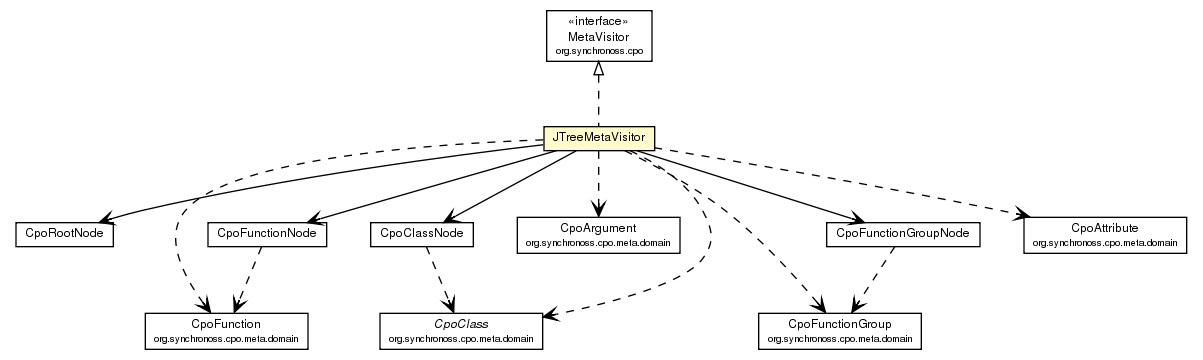
The Graphviz diagram site/apidocs/org/synchronoss/cpo/util/JTreeMetaVisitor.png in synchronoss/cpo-util, before a commit. Its source is kept beside it as site/apidocs/org/synchronoss/cpo/util/JTreeMetaVisitor.dot.
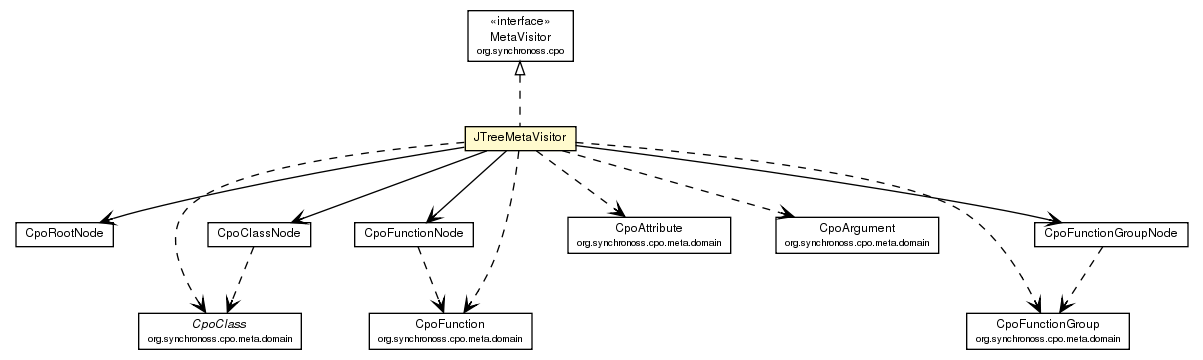
Above is the later version.

Change to the diagram source:
```diff
@@ -35,36 +35,36 @@
 	c1707:p -> c1765:p [taillabel="", label="", headlabel="", fontname="Helvetica", fontcolor="black", fontsize=10.0, color="black", arrowhead=open, style=dashed];
 	c1707:p -> c1766:p [taillabel="", label="", headlabel="", fontname="Helvetica", fontcolor="black", fontsize=10.0, color="black", arrowhead=open, style=dashed];
 	c1707:p -> c1767:p [taillabel="", label="", headlabel="", fontname="Helvetica", fontcolor="black", fontsize=10.0, color="black", arrowhead=open, style=dashed];
-	c1707:p -> c1769:p [taillabel="", label="", headlabel="", fontname="Helvetica", fontcolor="black", fontsize=10.0, color="black", arrowhead=open, style=dashed];
+	c1707:p -> c1768:p [taillabel="", label="", headlabel="", fontname="Helvetica", fontcolor="black", fontsize=10.0, color="black", arrowhead=open, style=dashed];
 	c1707:p -> c1770:p [taillabel="", label="", headlabel="", fontname="Helvetica", fontcolor="black", fontsize=10.0, color="black", arrowhead=open, style=dashed];
-	c1721:p -> c1766:p [taillabel="", label="", headlabel="", fontname="Helvetica", fontcolor="black", fontsize=10.0, color="black", arrowhead=open, style=dashed];
-	c1723:p -> c1767:p [taillabel="", label="", headlabel="", fontname="Helvetica", fontcolor="black", fontsize=10.0, color="black", arrowhead=open, style=dashed];
-	c1728:p -> c1769:p [taillabel="", label="", headlabel="", fontname="Helvetica", fontcolor="black", fontsize=10.0, color="black", arrowhead=open, style=dashed];
-	c1767 [label=<<table border="0" cellborder="1" cellspacing="0" cellpadding="2" port="p" href="http://java.sun.com/j2se/1.4.2/docs/api/org/synchronoss/cpo/meta/domain/CpoClass.html">
+	c1721:p -> c1768:p [taillabel="", label="", headlabel="", fontname="Helvetica", fontcolor="black", fontsize=10.0, color="black", arrowhead=open, style=dashed];
+	c1723:p -> c1765:p [taillabel="", label="", headlabel="", fontname="Helvetica", fontcolor="black", fontsize=10.0, color="black", arrowhead=open, style=dashed];
+	c1728:p -> c1770:p [taillabel="", label="", headlabel="", fontname="Helvetica", fontcolor="black", fontsize=10.0, color="black", arrowhead=open, style=dashed];
+	c1765 [label=<<table border="0" cellborder="1" cellspacing="0" cellpadding="2" port="p" href="http://java.sun.com/j2se/1.4.2/docs/api/org/synchronoss/cpo/meta/domain/CpoClass.html">
 		<tr><td><table border="0" cellspacing="0" cellpadding="1">
 			<tr><td><font face="Helvetica-Oblique"> CpoClass </font></td></tr>
 			<tr><td><font point-size="7.0"> org.synchronoss.cpo.meta.domain </font></td></tr>
 		</table></td></tr>
 		</table>>, fontname="Helvetica", fontcolor="black", fontsize=9.0];
-	c1765 [label=<<table border="0" cellborder="1" cellspacing="0" cellpadding="2" port="p" href="http://java.sun.com/j2se/1.4.2/docs/api/org/synchronoss/cpo/meta/domain/CpoArgument.html">
+	c1767 [label=<<table border="0" cellborder="1" cellspacing="0" cellpadding="2" port="p" href="http://java.sun.com/j2se/1.4.2/docs/api/org/synchronoss/cpo/meta/domain/CpoArgument.html">
 		<tr><td><table border="0" cellspacing="0" cellpadding="1">
 			<tr><td> CpoArgument </td></tr>
 			<tr><td><font point-size="7.0"> org.synchronoss.cpo.meta.domain </font></td></tr>
 		</table></td></tr>
 		</table>>, fontname="Helvetica", fontcolor="black", fontsize=9.0];
-	c1770 [label=<<table border="0" cellborder="1" cellspacing="0" cellpadding="2" port="p" href="http://java.sun.com/j2se/1.4.2/docs/api/org/synchronoss/cpo/meta/domain/CpoAttribute.html">
+	c1766 [label=<<table border="0" cellborder="1" cellspacing="0" cellpadding="2" port="p" href="http://java.sun.com/j2se/1.4.2/docs/api/org/synchronoss/cpo/meta/domain/CpoAttribute.html">
 		<tr><td><table border="0" cellspacing="0" cellpadding="1">
 			<tr><td> CpoAttribute </td></tr>
 			<tr><td><font point-size="7.0"> org.synchronoss.cpo.meta.domain </font></td></tr>
 		</table></td></tr>
 		</table>>, fontname="Helvetica", fontcolor="black", fontsize=9.0];
-	c1766 [label=<<table border="0" cellborder="1" cellspacing="0" cellpadding="2" port="p" href="http://java.sun.com/j2se/1.4.2/docs/api/org/synchronoss/cpo/meta/domain/CpoFunction.html">
+	c1768 [label=<<table border="0" cellborder="1" cellspacing="0" cellpadding="2" port="p" href="http://java.sun.com/j2se/1.4.2/docs/api/org/synchronoss/cpo/meta/domain/CpoFunction.html">
 		<tr><td><table border="0" cellspacing="0" cellpadding="1">
 			<tr><td> CpoFunction </td></tr>
 			<tr><td><font point-size="7.0"> org.synchronoss.cpo.meta.domain </font></td></tr>
 		</table></td></tr>
 		</table>>, fontname="Helvetica", fontcolor="black", fontsize=9.0];
-	c1769 [label=<<table border="0" cellborder="1" cellspacing="0" cellpadding="2" port="p" href="http://java.sun.com/j2se/1.4.2/docs/api/org/synchronoss/cpo/meta/domain/CpoFunctionGroup.html">
+	c1770 [label=<<table border="0" cellborder="1" cellspacing="0" cellpadding="2" port="p" href="http://java.sun.com/j2se/1.4.2/docs/api/org/synchronoss/cpo/meta/domain/CpoFunctionGroup.html">
 		<tr><td><table border="0" cellspacing="0" cellpadding="1">
 			<tr><td> CpoFunctionGroup </td></tr>
 			<tr><td><font point-size="7.0"> org.synchronoss.cpo.meta.domain </font></td></tr>
```
